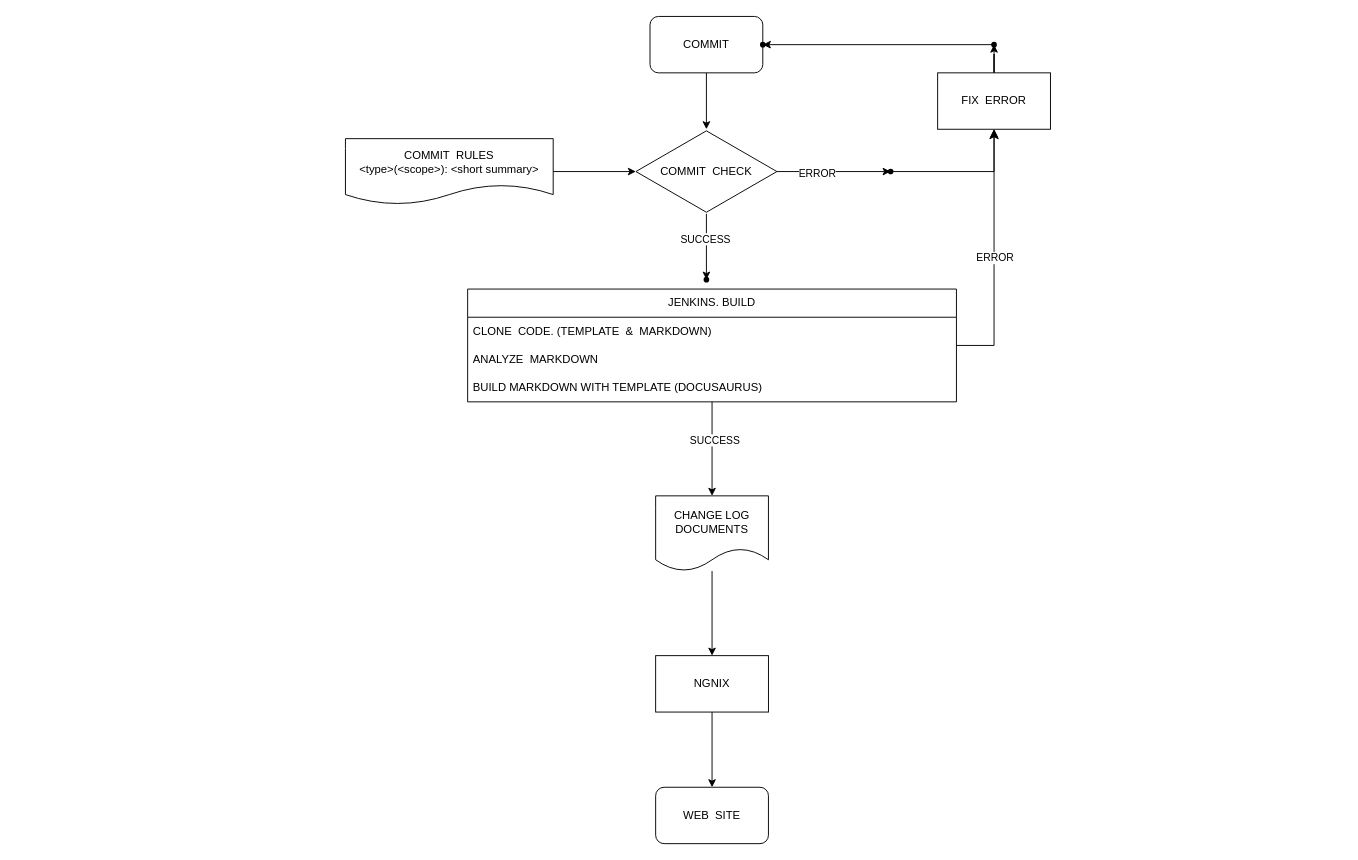
Before: page "文档体系" (5 of 6) of 工程化体系建设.drawio in zonewancheng/diagrames, a draw.io diagram. Source tidied: cells renumbered, new cells numbered last; positions are measured from the earlier drawing's top-left corner, leaving out a move shared by most shapes. Both pictures are drawn from the tidied source at 94%, with x=0, y=0 at pixel (345, 16).
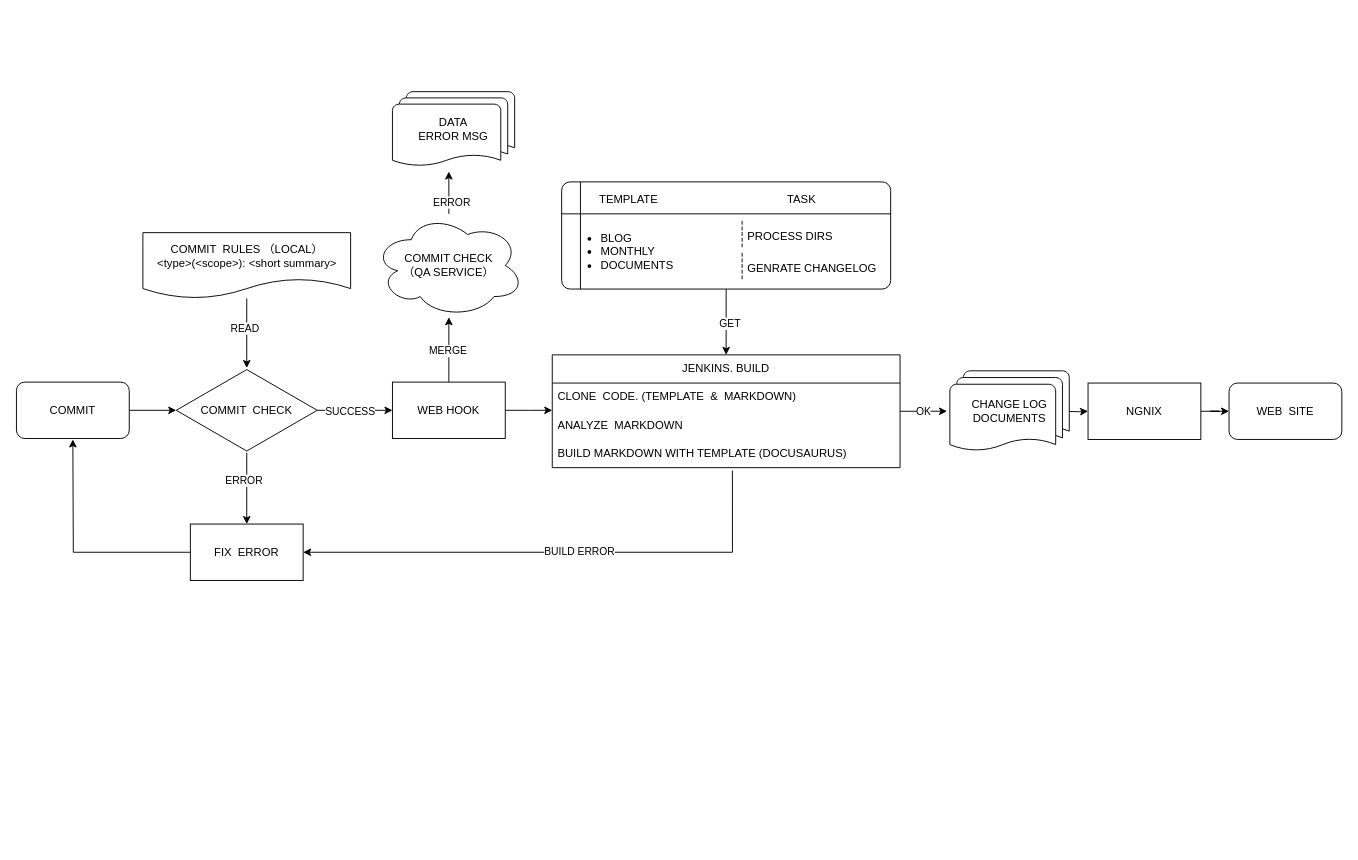
Above is the later version.

The change refers to these unchanged cells:
```xml
<mxCell id="26" style="edgeStyle=orthogonalEdgeStyle;rounded=0;jettySize=auto;html=1;" parent="1" edge="1" source="27" target="8">
  <mxGeometry relative="1" as="geometry" />
</mxCell>
```

What changed in the source:
```diff
@@
     <mxCell id="3" value="COMMIT" style="rounded=1;whiteSpace=wrap;html=1;" parent="1" vertex="1">
-      <mxGeometry x="324" width="120" height="60" as="geometry" />
+      <mxGeometry x="-350" y="389" width="120" height="60" as="geometry" />
     </mxCell>
-    <mxCell id="4" style="edgeStyle=orthogonalEdgeStyle;rounded=0;jettySize=auto;html=1;" parent="1" edge="1" source="8" target="16">
-      <mxGeometry relative="1" as="geometry" />
-    </mxCell>
-    <mxCell id="5" value="ERROR&lt;br&gt;" style="edgeLabel;html=1;align=center;verticalAlign=middle;" parent="4" vertex="1">
-      <mxGeometry x="-0.31" y="-1" relative="1" as="geometry" />
-    </mxCell>
-    <mxCell id="6" style="edgeStyle=orthogonalEdgeStyle;rounded=0;jettySize=auto;html=1;" parent="1" edge="1" source="8" target="17">
-      <mxGeometry relative="1" as="geometry" />
-    </mxCell>
+    <mxCell id="33" style="edgeStyle=orthogonalEdgeStyle;rounded=0;jettySize=auto;html=1;" parent="1" edge="1" source="8" target="14">
+      <mxGeometry relative="1" as="geometry" />
+    </mxCell>
+    <mxCell id="34" value="ERROR" style="edgeLabel;html=1;align=center;verticalAlign=middle;" parent="33" vertex="1">
+      <mxGeometry x="-0.24" y="-4" relative="1" as="geometry" />
+    </mxCell>
+    <mxCell id="35" style="edgeStyle=orthogonalEdgeStyle;rounded=0;jettySize=auto;html=1;" parent="1" edge="1" source="8" target="43">
+      <mxGeometry relative="1" as="geometry" />
+    </mxCell>
-    <mxCell id="7" value="SUCCESS" style="edgeLabel;html=1;align=center;verticalAlign=middle;" parent="6" vertex="1">
-      <mxGeometry x="-0.27" y="-2" relative="1" as="geometry" />
+    <mxCell id="7" value="SUCCESS" style="edgeLabel;html=1;align=center;verticalAlign=middle;" parent="35" vertex="1">
+      <mxGeometry x="-0.41" y="-1" relative="1" as="geometry">
+        <mxPoint x="10" as="offset" />
+      </mxGeometry>
     </mxCell>
     <mxCell id="8" value="COMMIT&amp;nbsp; CHECK" style="html=1;whiteSpace=wrap;shape=isoRectangle;" parent="1" vertex="1">
-      <mxGeometry x="309" y="120" width="150" height="90" as="geometry" />
+      <mxGeometry x="-180" y="374" width="150" height="90" as="geometry" />
     </mxCell>
-    <mxCell id="9" style="edgeStyle=orthogonalEdgeStyle;rounded=0;jettySize=auto;html=1;" parent="1" edge="1" source="14" target="11">
-      <mxGeometry relative="1" as="geometry" />
-    </mxCell>
-    <mxCell id="10" style="edgeStyle=orthogonalEdgeStyle;rounded=0;jettySize=auto;html=1;" parent="1" edge="1" source="11" target="12">
-      <mxGeometry relative="1" as="geometry" />
-    </mxCell>
-    <mxCell id="11" style="shape=waypoint;sketch=0;size=6;points=[];fillColor=default;perimeter=centerPerimeter;snapToPoint=1;" parent="1" vertex="1">
-      <mxGeometry x="680" y="20" width="20" height="20" as="geometry" />
-    </mxCell>
-    <mxCell id="12" style="shape=waypoint;sketch=0;size=6;points=[];fillColor=default;perimeter=centerPerimeter;snapToPoint=1;" parent="1" vertex="1">
-      <mxGeometry x="434" y="20" width="20" height="20" as="geometry" />
-    </mxCell>
-    <mxCell id="13" style="edgeStyle=orthogonalEdgeStyle;rounded=0;jettySize=auto;html=1;" parent="1" edge="1" source="16" target="14">
-      <mxGeometry relative="1" as="geometry" />
-    </mxCell>
+    <mxCell id="36" style="edgeStyle=orthogonalEdgeStyle;rounded=0;jettySize=auto;html=1;exitX=0;exitY=0.5;exitDx=0;exitDy=0;" parent="1" edge="1" source="14">
+      <mxGeometry relative="1" as="geometry">
+        <mxPoint x="-290" y="450" as="targetPoint" />
+      </mxGeometry>
+    </mxCell>
     <mxCell id="14" value="FIX&amp;nbsp; ERROR" style="rounded=0;whiteSpace=wrap;html=1;" parent="1" vertex="1">
-      <mxGeometry x="630" y="60" width="120" height="60" as="geometry" />
+      <mxGeometry x="-165" y="540" width="120" height="60" as="geometry" />
     </mxCell>
-    <mxCell id="15" style="edgeStyle=orthogonalEdgeStyle;rounded=0;jettySize=auto;html=1;" parent="1" edge="1" target="16">
+    <mxCell id="15" style="edgeStyle=orthogonalEdgeStyle;rounded=0;orthogonalLoop=1;jettySize=auto;html=1;" parent="1" edge="1">
       <mxGeometry relative="1" as="geometry">
         <mxPoint x="580" y="165" as="sourcePoint" />
+        <mxPoint x="580" y="165" as="targetPoint" />
       </mxGeometry>
     </mxCell>
-    <mxCell id="16" style="shape=waypoint;sketch=0;size=6;points=[];fillColor=default;perimeter=centerPerimeter;snapToPoint=1;" parent="1" vertex="1">
-      <mxGeometry x="570" y="155" width="20" height="20" as="geometry" />
-    </mxCell>
-    <mxCell id="17" style="shape=waypoint;sketch=0;size=6;points=[];fillColor=default;perimeter=centerPerimeter;snapToPoint=1;" parent="1" vertex="1">
-      <mxGeometry x="374" y="270" width="20" height="20" as="geometry" />
-    </mxCell>
-    <mxCell id="18" style="edgeStyle=orthogonalEdgeStyle;rounded=0;jettySize=auto;html=1;" parent="1" edge="1" source="20" target="29">
-      <mxGeometry relative="1" as="geometry" />
+    <mxCell id="18" style="edgeStyle=orthogonalEdgeStyle;rounded=0;jettySize=auto;html=1;" parent="1" edge="1" source="20">
+      <mxGeometry relative="1" as="geometry">
+        <mxPoint x="640" y="420" as="targetPoint" />
+      </mxGeometry>
     </mxCell>
-    <mxCell id="19" value="SUCCESS" style="edgeLabel;html=1;align=center;verticalAlign=middle;" parent="18" vertex="1">
-      <mxGeometry x="-0.2" y="2" relative="1" as="geometry" />
+    <mxCell id="19" value="OK" style="edgeLabel;html=1;align=center;verticalAlign=middle;" parent="18" vertex="1">
+      <mxGeometry x="-0.2" y="2" relative="1" as="geometry">
+        <mxPoint x="4" y="1" as="offset" />
+      </mxGeometry>
     </mxCell>
+    <mxCell id="37" style="edgeStyle=orthogonalEdgeStyle;rounded=0;jettySize=auto;html=1;entryX=1;entryY=0.5;entryDx=0;entryDy=0;exitX=0.518;exitY=1.102;exitDx=0;exitDy=0;exitPerimeter=0;" parent="1" edge="1" source="23" target="14">
+      <mxGeometry relative="1" as="geometry">
+        <Array as="points">
+          <mxPoint x="412" y="570" />
+        </Array>
+      </mxGeometry>
+    </mxCell>
+    <mxCell id="38" value="BUILD ERROR" style="edgeLabel;html=1;align=center;verticalAlign=middle;" parent="37" vertex="1">
+      <mxGeometry x="-0.08" y="-2" relative="1" as="geometry" />
+    </mxCell>
     <mxCell id="20" value="JENKINS. BUILD" style="swimlane;fontStyle=0;horizontal=1;startSize=30;whiteSpace=wrap;html=1;" parent="1" vertex="1">
-      <mxGeometry x="130" y="290" width="520" height="120" as="geometry" />
+      <mxGeometry x="220" y="360" width="370" height="120" as="geometry" />
     </mxCell>
     <mxCell id="21" value="CLONE&amp;nbsp; CODE. (TEMPLATE&amp;nbsp; &amp;amp;&amp;nbsp; MARKDOWN)" style="text;strokeColor=none;fillColor=none;align=left;verticalAlign=middle;spacingLeft=4;spacingRight=4;overflow=hidden;whiteSpace=wrap;html=1;" parent="20" vertex="1">
-      <mxGeometry y="30" width="520" height="30" as="geometry" />
+      <mxGeometry y="30" width="370" height="30" as="geometry" />
     </mxCell>
     <mxCell id="22" value="ANALYZE&amp;nbsp; MARKDOWN" style="text;strokeColor=none;fillColor=none;align=left;verticalAlign=middle;spacingLeft=4;spacingRight=4;overflow=hidden;whiteSpace=wrap;html=1;" parent="20" vertex="1">
-      <mxGeometry y="60" width="520" height="30" as="geometry" />
+      <mxGeometry y="60" width="370" height="30" as="geometry" />
     </mxCell>
     <mxCell id="23" value="BUILD MARKDOWN WITH TEMPLATE (DOCUSAURUS)" style="text;strokeColor=none;fillColor=none;align=left;verticalAlign=middle;spacingLeft=4;spacingRight=4;overflow=hidden;points=[[0,0.5],[1,0.5]];portConstraint=eastwest;whiteSpace=wrap;html=1;" parent="20" vertex="1">
-      <mxGeometry y="90" width="520" height="30" as="geometry" />
+      <mxGeometry y="90" width="370" height="30" as="geometry" />
     </mxCell>
-    <mxCell id="24" style="edgeStyle=segmentEdgeStyle;endArrow=classic;html=1;curved=0;rounded=0;endSize=8;startSize=8;" parent="1" edge="1">
-      <mxGeometry relative="1" as="geometry">
-        <mxPoint x="650" y="350" as="sourcePoint" />
-        <mxPoint x="690" y="120" as="targetPoint" />
-      </mxGeometry>
-    </mxCell>
-    <mxCell id="25" value="ERROR&lt;br&gt;" style="edgeLabel;html=1;align=center;verticalAlign=middle;" parent="24" vertex="1">
-      <mxGeometry x="-0.01" relative="1" as="geometry" />
-    </mxCell>
@@
+    <mxCell id="39" value="READ" style="edgeLabel;html=1;align=center;verticalAlign=middle;" parent="26" vertex="1">
+      <mxGeometry x="-0.17" y="-3" relative="1" as="geometry" />
+    </mxCell>
-    <mxCell id="27" value="COMMIT&amp;nbsp; RULES&lt;br&gt;&amp;lt;type&amp;gt;(&amp;lt;scope&amp;gt;): &amp;lt;short summary&amp;gt;" style="shape=document;whiteSpace=wrap;html=1;boundedLbl=1;" parent="1" vertex="1">
-      <mxGeometry y="130" width="221" height="70" as="geometry" />
+    <mxCell id="27" value="COMMIT&amp;nbsp; RULES （LOCAL）&lt;br&gt;&amp;lt;type&amp;gt;(&amp;lt;scope&amp;gt;): &amp;lt;short summary&amp;gt;" style="shape=document;whiteSpace=wrap;html=1;boundedLbl=1;" parent="1" vertex="1">
+      <mxGeometry x="-215.5" y="230" width="221" height="70" as="geometry" />
     </mxCell>
-    <mxCell id="28" style="edgeStyle=orthogonalEdgeStyle;rounded=0;jettySize=auto;html=1;" parent="1" edge="1" source="29" target="31">
-      <mxGeometry relative="1" as="geometry" />
+    <mxCell id="28" style="edgeStyle=orthogonalEdgeStyle;rounded=0;jettySize=auto;html=1;" parent="1" edge="1" target="31">
+      <mxGeometry relative="1" as="geometry">
+        <mxPoint x="760" y="420" as="sourcePoint" />
+      </mxGeometry>
     </mxCell>
-    <mxCell id="29" value="CHANGE LOG&lt;br&gt;DOCUMENTS" style="shape=document;whiteSpace=wrap;html=1;boundedLbl=1;fontStyle=0;startSize=30;" parent="1" vertex="1">
-      <mxGeometry x="330" y="510" width="120" height="80" as="geometry" />
-    </mxCell>
@@
     <mxCell id="31" value="NGNIX" style="whiteSpace=wrap;html=1;fontStyle=0;startSize=30;" parent="1" vertex="1">
-      <mxGeometry x="330" y="680" width="120" height="60" as="geometry" />
+      <mxGeometry x="790" y="390" width="120" height="60" as="geometry" />
     </mxCell>
     <mxCell id="32" value="WEB&amp;nbsp; SITE" style="rounded=1;whiteSpace=wrap;html=1;fontStyle=0;startSize=30;" parent="1" vertex="1">
-      <mxGeometry x="330" y="820" width="120" height="60" as="geometry" />
+      <mxGeometry x="940" y="390" width="120" height="60" as="geometry" />
     </mxCell>
+    <mxCell id="40" style="edgeStyle=orthogonalEdgeStyle;rounded=0;jettySize=auto;html=1;" parent="1" edge="1" source="43">
+      <mxGeometry relative="1" as="geometry">
+        <mxPoint x="220" y="419" as="targetPoint" />
+      </mxGeometry>
+    </mxCell>
+    <mxCell id="41" style="edgeStyle=orthogonalEdgeStyle;rounded=0;jettySize=auto;html=1;" parent="1" edge="1" source="43" target="46">
+      <mxGeometry relative="1" as="geometry" />
+    </mxCell>
+    <mxCell id="42" value="MERGE" style="edgeLabel;html=1;align=center;verticalAlign=middle;" parent="41" vertex="1">
+      <mxGeometry x="-0.02" y="3" relative="1" as="geometry">
+        <mxPoint x="1" as="offset" />
+      </mxGeometry>
+    </mxCell>
+    <mxCell id="43" value="WEB HOOK" style="rounded=0;whiteSpace=wrap;html=1;" parent="1" vertex="1">
+      <mxGeometry x="50" y="389" width="120" height="60" as="geometry" />
+    </mxCell>
+    <mxCell id="44" style="edgeStyle=orthogonalEdgeStyle;rounded=0;jettySize=auto;html=1;" parent="1" edge="1" source="46">
+      <mxGeometry relative="1" as="geometry">
+        <mxPoint x="110" y="165" as="targetPoint" />
+      </mxGeometry>
+    </mxCell>
+    <mxCell id="45" value="ERROR" style="edgeLabel;html=1;align=center;verticalAlign=middle;" parent="44" vertex="1">
+      <mxGeometry x="-0.53" relative="1" as="geometry">
+        <mxPoint x="2" y="-2" as="offset" />
+      </mxGeometry>
+    </mxCell>
+    <mxCell id="46" value="COMMIT CHECK&lt;br&gt;（QA SERVICE）" style="ellipse;shape=cloud;whiteSpace=wrap;html=1;" parent="1" vertex="1">
+      <mxGeometry x="30" y="210" width="160" height="110" as="geometry" />
+    </mxCell>
+    <mxCell id="47" value="DATA&lt;br style=&quot;border-color: var(--border-color);&quot;&gt;ERROR MSG" style="strokeWidth=1;html=1;shape=mxgraph.flowchart.multi-document;whiteSpace=wrap;" parent="1" vertex="1">
+      <mxGeometry x="50" y="80" width="130" height="80" as="geometry" />
+    </mxCell>
+    <mxCell id="29" value="CHANGE LOG&lt;br&gt;DOCUMENTS" style="strokeWidth=1;html=1;shape=mxgraph.flowchart.multi-document;whiteSpace=wrap;align=center;" parent="1" vertex="1">
+      <mxGeometry x="643" y="377" width="127" height="86" as="geometry" />
+    </mxCell>
+    <mxCell id="48" style="edgeStyle=orthogonalEdgeStyle;rounded=0;jettySize=auto;html=1;exitX=0.5;exitY=1;exitDx=0;exitDy=0;entryX=0.5;entryY=0;entryDx=0;entryDy=0;" parent="1" edge="1" source="50" target="20">
+      <mxGeometry relative="1" as="geometry" />
+    </mxCell>
+    <mxCell id="49" value="GET" style="edgeLabel;html=1;align=center;verticalAlign=middle;" parent="48" vertex="1">
+      <mxGeometry x="0.03" y="3" relative="1" as="geometry" />
+    </mxCell>
+    <mxCell id="50" value="&lt;div&gt;&lt;br&gt;&lt;/div&gt;" style="shape=internalStorage;whiteSpace=wrap;html=1;dx=20;dy=34;rounded=1;arcSize=8;strokeWidth=1;align=left;" parent="1" vertex="1">
+      <mxGeometry x="230" y="176" width="350" height="114" as="geometry" />
+    </mxCell>
+    <mxCell id="51" value="TEMPLATE" style="text;html=1;align=center;verticalAlign=middle;strokeColor=none;fillColor=none;" parent="1" vertex="1">
+      <mxGeometry x="256" y="180" width="90" height="30" as="geometry" />
+    </mxCell>
+    <mxCell id="52" value="&lt;ul style=&quot;border-color: var(--border-color); text-align: left;&quot;&gt;&lt;li style=&quot;border-color: var(--border-color);&quot;&gt;BLOG&lt;/li&gt;&lt;li style=&quot;border-color: var(--border-color);&quot;&gt;MONTHLY&lt;/li&gt;&lt;li style=&quot;border-color: var(--border-color);&quot;&gt;DOCUMENTS&lt;/li&gt;&lt;/ul&gt;" style="text;html=1;align=center;verticalAlign=middle;strokeColor=none;fillColor=none;" parent="1" vertex="1">
+      <mxGeometry x="220" y="210" width="140" height="80" as="geometry" />
+    </mxCell>
+    <mxCell id="53" value="TASK" style="text;html=1;align=center;verticalAlign=middle;strokeColor=none;fillColor=none;" parent="1" vertex="1">
+      <mxGeometry x="460" y="180" width="50" height="30" as="geometry" />
+    </mxCell>
+    <mxCell id="54" value="PROCESS DIRS" style="shape=partialRectangle;fillColor=none;align=left;verticalAlign=middle;strokeColor=none;spacingLeft=34;" parent="1" vertex="1">
+      <mxGeometry x="392" y="218" width="90" height="30" as="geometry" />
+    </mxCell>
+    <mxCell id="55" style="shape=partialRectangle;top=0;left=0;bottom=0;fillColor=none;stokeWidth=1;dashed=1;align=left;verticalAlign=middle;spacingLeft=4;spacingRight=4;overflow=hidden;" parent="54" vertex="1">
+      <mxGeometry width="30" height="30" as="geometry" />
+    </mxCell>
+    <mxCell id="56" value="GENRATE CHANGELOG" style="shape=partialRectangle;fillColor=none;align=left;verticalAlign=middle;strokeColor=none;spacingLeft=34;" parent="1" vertex="1">
+      <mxGeometry x="392" y="252" width="90" height="30" as="geometry" />
+    </mxCell>
+    <mxCell id="57" style="shape=partialRectangle;top=0;left=0;bottom=0;fillColor=none;stokeWidth=1;dashed=1;align=left;verticalAlign=middle;spacingLeft=4;spacingRight=4;overflow=hidden;" parent="56" vertex="1">
+      <mxGeometry width="30" height="30" as="geometry" />
+    </mxCell>
```
